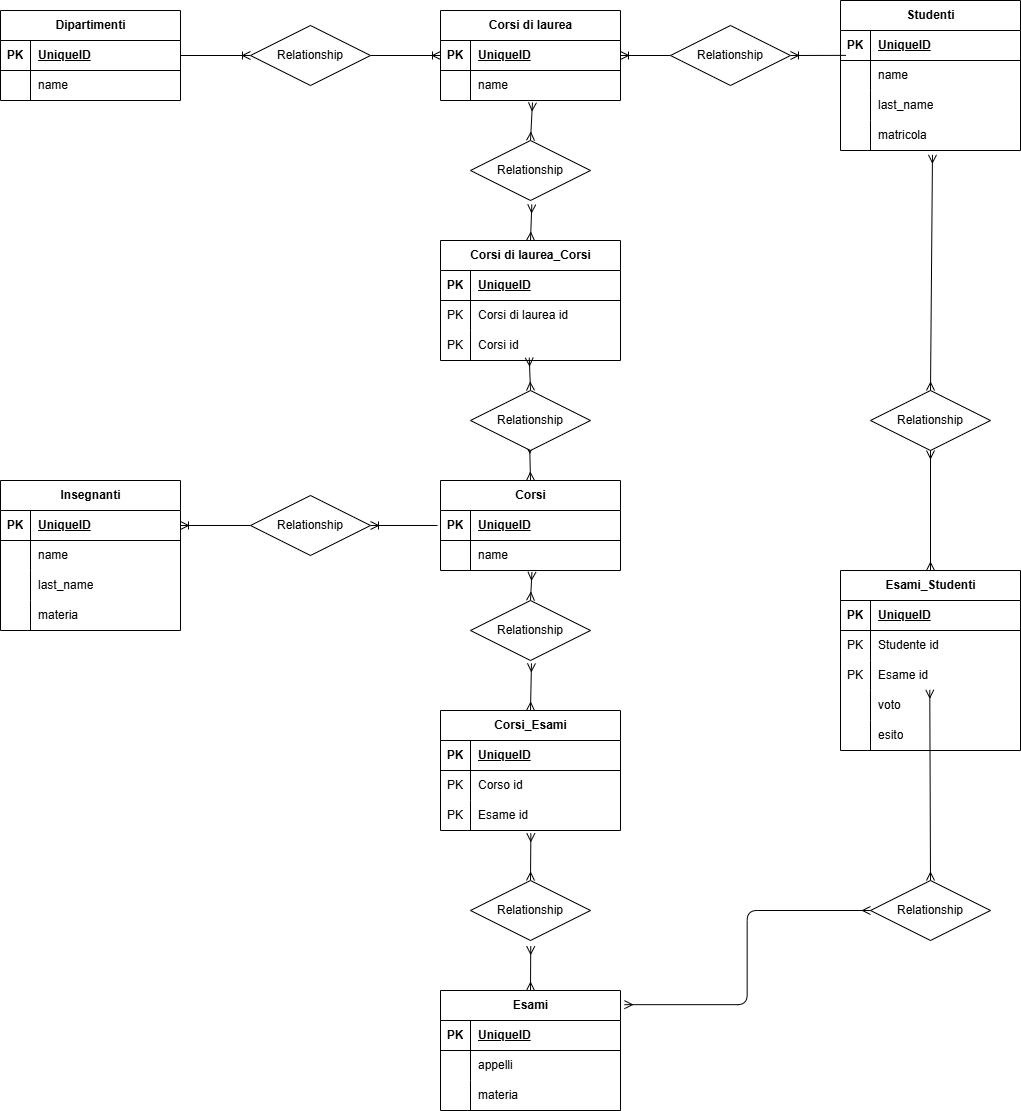
Before: schema.png, a diagram exported from draw.io (antoniofalletta2000/db-university). Source tidied: cells renumbered, new cells last; positions are measured from the earlier drawing's top-left corner, leaving out a move shared by most shapes.
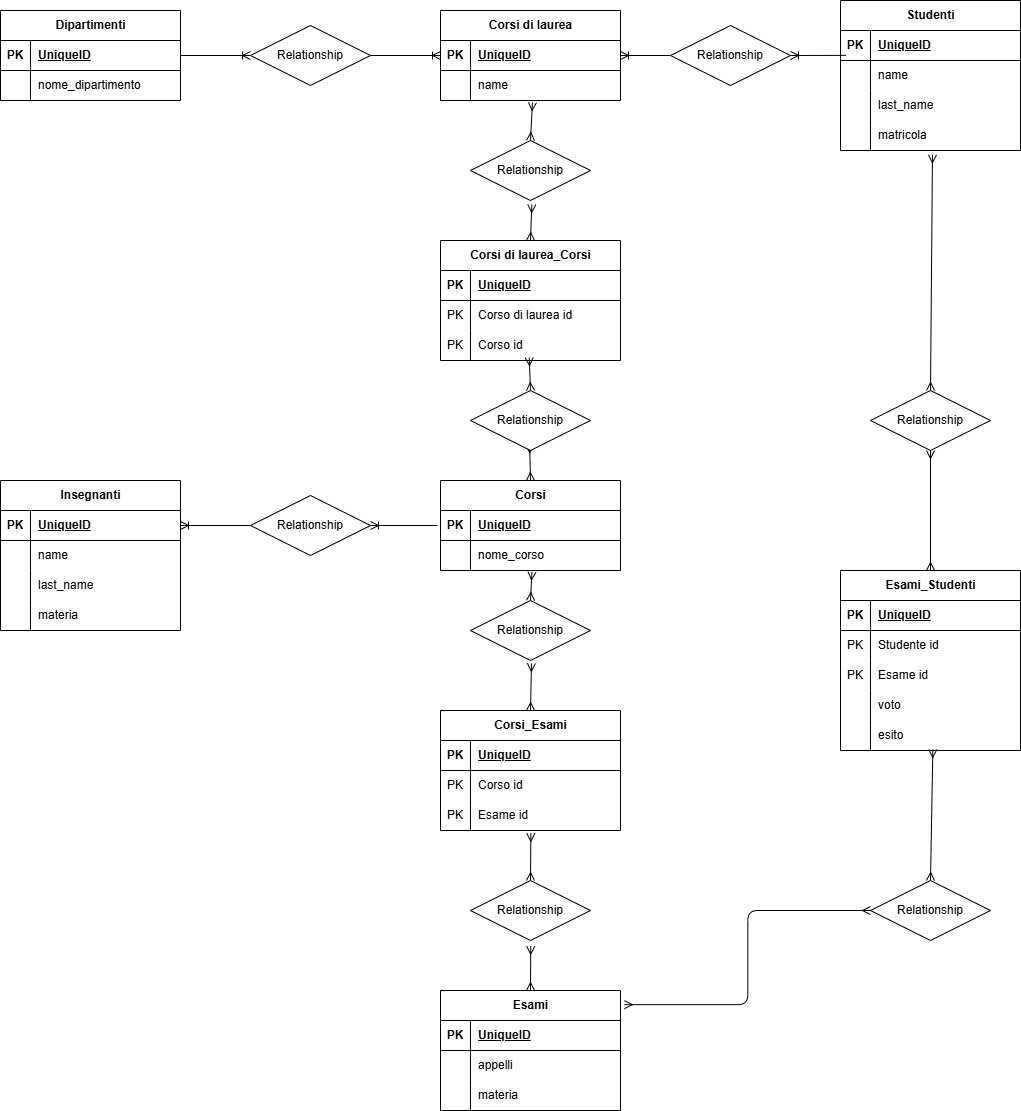
Above is the later version.

Commit message:
add scheme in file html

Change to the diagram source:
```diff
@@ -20,7 +20,7 @@
     <mxCell id="7" style="shape=partialRectangle;fillColor=none;top=0;left=0;bottom=0;right=0;overflow=hidden;whiteSpace=wrap;html=1;" parent="6" vertex="1">
       <mxGeometry width="30" height="30" as="geometry" />
     </mxCell>
-    <mxCell id="8" value="name" style="shape=partialRectangle;fillColor=none;top=0;left=0;bottom=0;right=0;align=left;spacingLeft=6;overflow=hidden;whiteSpace=wrap;html=1;" parent="6" vertex="1">
+    <mxCell id="8" value="nome_dipartimento" style="shape=partialRectangle;fillColor=none;top=0;left=0;bottom=0;right=0;align=left;spacingLeft=6;overflow=hidden;whiteSpace=wrap;html=1;" parent="6" vertex="1">
       <mxGeometry x="30" width="150" height="30" as="geometry" />
     </mxCell>
     <mxCell id="9" value="Corsi di laurea" style="shape=table;startSize=30;rowLines=0;fontStyle=1;align=center;html=1;" parent="1" vertex="1">
@@ -71,7 +71,7 @@
     <mxCell id="24" style="shape=partialRectangle;fillColor=none;top=0;left=0;bottom=0;right=0;overflow=hidden;whiteSpace=wrap;html=1;" parent="23" vertex="1">
       <mxGeometry width="30" height="30" as="geometry" />
     </mxCell>
-    <mxCell id="25" value="name" style="shape=partialRectangle;fillColor=none;top=0;left=0;bottom=0;right=0;align=left;spacingLeft=6;overflow=hidden;whiteSpace=wrap;html=1;" parent="23" vertex="1">
+    <mxCell id="25" value="nome_corso" style="shape=partialRectangle;fillColor=none;top=0;left=0;bottom=0;right=0;align=left;spacingLeft=6;overflow=hidden;whiteSpace=wrap;html=1;" parent="23" vertex="1">
       <mxGeometry x="30" width="150" height="30" as="geometry" />
     </mxCell>
     <mxCell id="26" value="Corsi di laurea_Corsi" style="shape=table;startSize=30;rowLines=0;fontStyle=1;align=center;html=1;" parent="1" vertex="1">
@@ -92,7 +92,7 @@
     <mxCell id="31" value="PK" style="shape=partialRectangle;fillColor=none;top=0;left=0;bottom=0;right=0;overflow=hidden;whiteSpace=wrap;html=1;" parent="30" vertex="1">
       <mxGeometry width="30" height="30" as="geometry" />
     </mxCell>
-    <mxCell id="32" value="Corsi di laurea id" style="shape=partialRectangle;fillColor=none;top=0;left=0;bottom=0;right=0;align=left;spacingLeft=6;overflow=hidden;whiteSpace=wrap;html=1;" parent="30" vertex="1">
+    <mxCell id="32" value="Corso di laurea id" style="shape=partialRectangle;fillColor=none;top=0;left=0;bottom=0;right=0;align=left;spacingLeft=6;overflow=hidden;whiteSpace=wrap;html=1;" parent="30" vertex="1">
       <mxGeometry x="30" width="150" height="30" as="geometry" />
     </mxCell>
     <mxCell id="33" style="shape=tableRow;horizontal=0;startSize=0;swimlaneHead=0;swimlaneBody=0;fillColor=none;points=[[0,0.5],[1,0.5]];portConstraint=eastwest;top=0;left=0;right=0;bottom=0;" parent="26" vertex="1">
@@ -101,7 +101,7 @@
     <mxCell id="34" value="PK" style="shape=partialRectangle;fillColor=none;top=0;left=0;bottom=0;right=0;overflow=hidden;whiteSpace=wrap;html=1;" parent="33" vertex="1">
       <mxGeometry width="30" height="30" as="geometry" />
     </mxCell>
-    <mxCell id="35" value="Corsi id" style="shape=partialRectangle;fillColor=none;top=0;left=0;bottom=0;right=0;align=left;spacingLeft=6;overflow=hidden;whiteSpace=wrap;html=1;" parent="33" vertex="1">
+    <mxCell id="35" value="Corso id" style="shape=partialRectangle;fillColor=none;top=0;left=0;bottom=0;right=0;align=left;spacingLeft=6;overflow=hidden;whiteSpace=wrap;html=1;" parent="33" vertex="1">
       <mxGeometry x="30" width="150" height="30" as="geometry" />
     </mxCell>
     <mxCell id="36" style="fontSize=12;html=1;endArrow=ERmany;startArrow=ERmany;entryX=0.511;entryY=1.067;entryDx=0;entryDy=0;entryPerimeter=0;exitX=0.5;exitY=0;exitDx=0;exitDy=0;" parent="1" edge="1" source="41" target="13">
@@ -355,7 +355,7 @@
     <mxCell id="118" style="edgeStyle=elbowEdgeStyle;fontSize=12;html=1;endArrow=ERmany;startArrow=ERmany;exitX=1.022;exitY=0.118;exitDx=0;exitDy=0;exitPerimeter=0;entryX=0;entryY=0.5;entryDx=0;entryDy=0;" parent="1" edge="1" source="68" target="116">
       <mxGeometry relative="1" as="geometry" />
     </mxCell>
-    <mxCell id="119" style="fontSize=12;html=1;endArrow=ERmany;startArrow=ERmany;entryX=0.496;entryY=0.978;entryDx=0;entryDy=0;entryPerimeter=0;exitX=0.5;exitY=0;exitDx=0;exitDy=0;" parent="1" edge="1" source="116" target="107">
+    <mxCell id="119" style="fontSize=12;html=1;endArrow=ERmany;startArrow=ERmany;exitX=0.5;exitY=0;exitDx=0;exitDy=0;entryX=0.513;entryY=0.967;entryDx=0;entryDy=0;entryPerimeter=0;" parent="1" edge="1" source="116" target="113">
       <mxGeometry relative="1" as="geometry" />
     </mxCell>
     <mxCell id="120" style="fontSize=12;html=1;endArrow=ERmany;startArrow=ERmany;entryX=0.5;entryY=1;entryDx=0;entryDy=0;exitX=0.5;exitY=0;exitDx=0;exitDy=0;" parent="1" edge="1" source="100" target="117">
```
